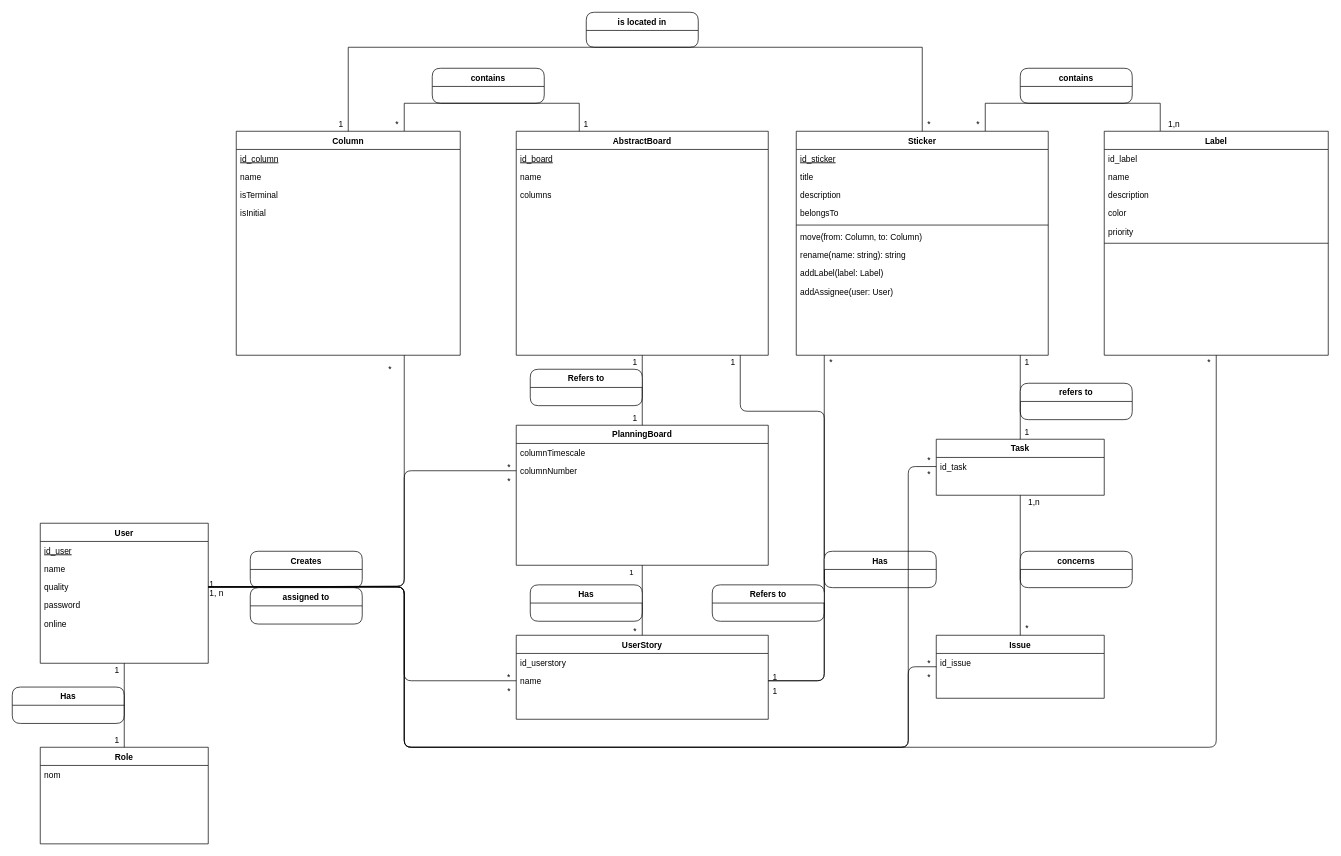
The draw.io diagram Diagrams/Database Diagram.drawio in RedaPengam/Boardy, before the edit. Source tidied: cells renumbered, new cells numbered last; positions are measured from the earlier drawing's top-left corner, leaving out a move shared by most shapes. Both pictures are drawn from the tidied source at 70%, with x=0, y=0 at pixel (12, 12).
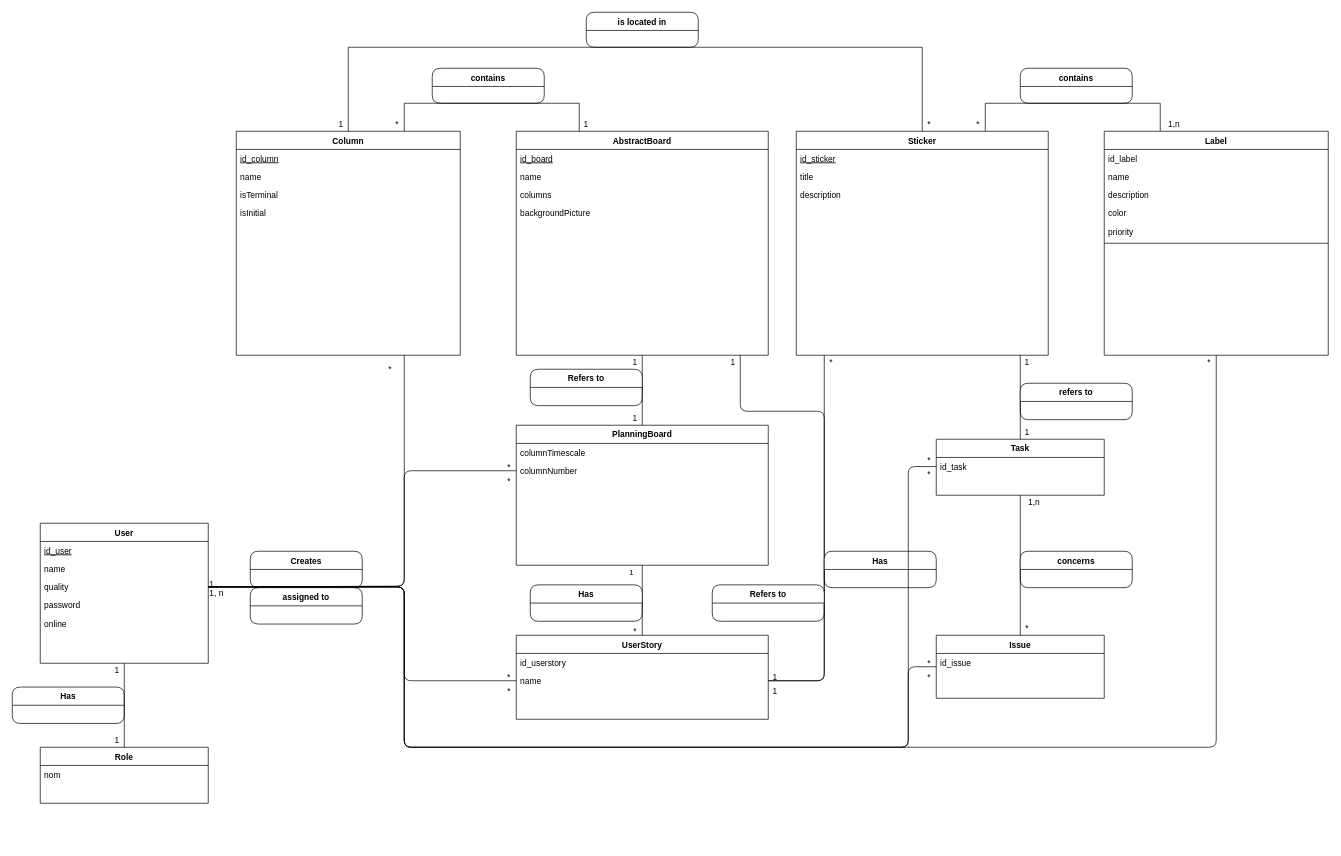
After the change.

Unchanged cells that the change refers to:
```xml
<mxCell id="8" value="AbstractBoard" style="swimlane;fontStyle=1;align=center;verticalAlign=top;horizontal=1;startSize=26;rounded=0;shadow=0;strokeWidth=1;" parent="1" vertex="1">
  <mxGeometry x="720" y="170" width="360" height="320" as="geometry" />
</mxCell>
<mxCell id="19" value="Sticker" style="swimlane;fontStyle=1;align=center;verticalAlign=top;horizontal=1;startSize=26;rounded=0;shadow=0;strokeWidth=1;" parent="1" vertex="1">
  <mxGeometry x="1120" y="170" width="360" height="320" as="geometry" />
</mxCell>
```

Diff of the diagram source:
```diff
@@
+    <mxCell id="105" value="backgroundPicture" style="text;align=left;verticalAlign=top;spacingLeft=4;spacingRight=4;overflow=hidden;rounded=0;shadow=0;html=0;" parent="8" vertex="1">
+      <mxGeometry y="104" width="360" height="26" as="geometry" />
+    </mxCell>
@@
-    <mxCell id="23" value="belongsTo" style="text;align=left;verticalAlign=top;spacingLeft=4;spacingRight=4;overflow=hidden;rounded=0;shadow=0;html=0;" parent="19" vertex="1">
-      <mxGeometry y="104" width="360" height="26" as="geometry" />
-    </mxCell>
-    <mxCell id="24" style="line;html=1;strokeWidth=1;align=left;verticalAlign=middle;spacingTop=-1;spacingLeft=3;spacingRight=3;labelPosition=right;" parent="19" vertex="1">
-      <mxGeometry y="130" width="360" height="8" as="geometry" />
-    </mxCell>
-    <mxCell id="25" value="move(from: Column, to: Column)" style="text;align=left;verticalAlign=top;spacingLeft=4;spacingRight=4;overflow=hidden;" parent="19" vertex="1">
-      <mxGeometry y="138" width="360" height="26" as="geometry" />
-    </mxCell>
-    <mxCell id="26" value="rename(name: string): string" style="text;align=left;verticalAlign=top;spacingLeft=4;spacingRight=4;overflow=hidden;" parent="19" vertex="1">
-      <mxGeometry y="164" width="360" height="26" as="geometry" />
-    </mxCell>
-    <mxCell id="27" value="addLabel(label: Label)" style="text;align=left;verticalAlign=top;spacingLeft=4;spacingRight=4;overflow=hidden;" parent="19" vertex="1">
-      <mxGeometry y="190" width="360" height="26" as="geometry" />
-    </mxCell>
-    <mxCell id="28" value="addAssignee(user: User)" style="text;align=left;verticalAlign=top;spacingLeft=4;spacingRight=4;overflow=hidden;" parent="19" vertex="1">
-      <mxGeometry y="216" width="360" height="26" as="geometry" />
-    </mxCell>
@@
     <mxCell id="38" value="Role" style="swimlane;fontStyle=1;align=center;verticalAlign=top;horizontal=1;startSize=26;rounded=0;shadow=0;strokeWidth=1;" parent="1" vertex="1">
-      <mxGeometry x="40" y="1050" width="240" height="138" as="geometry" />
+      <mxGeometry x="40" y="1050" width="240" height="80" as="geometry" />
     </mxCell>
```
